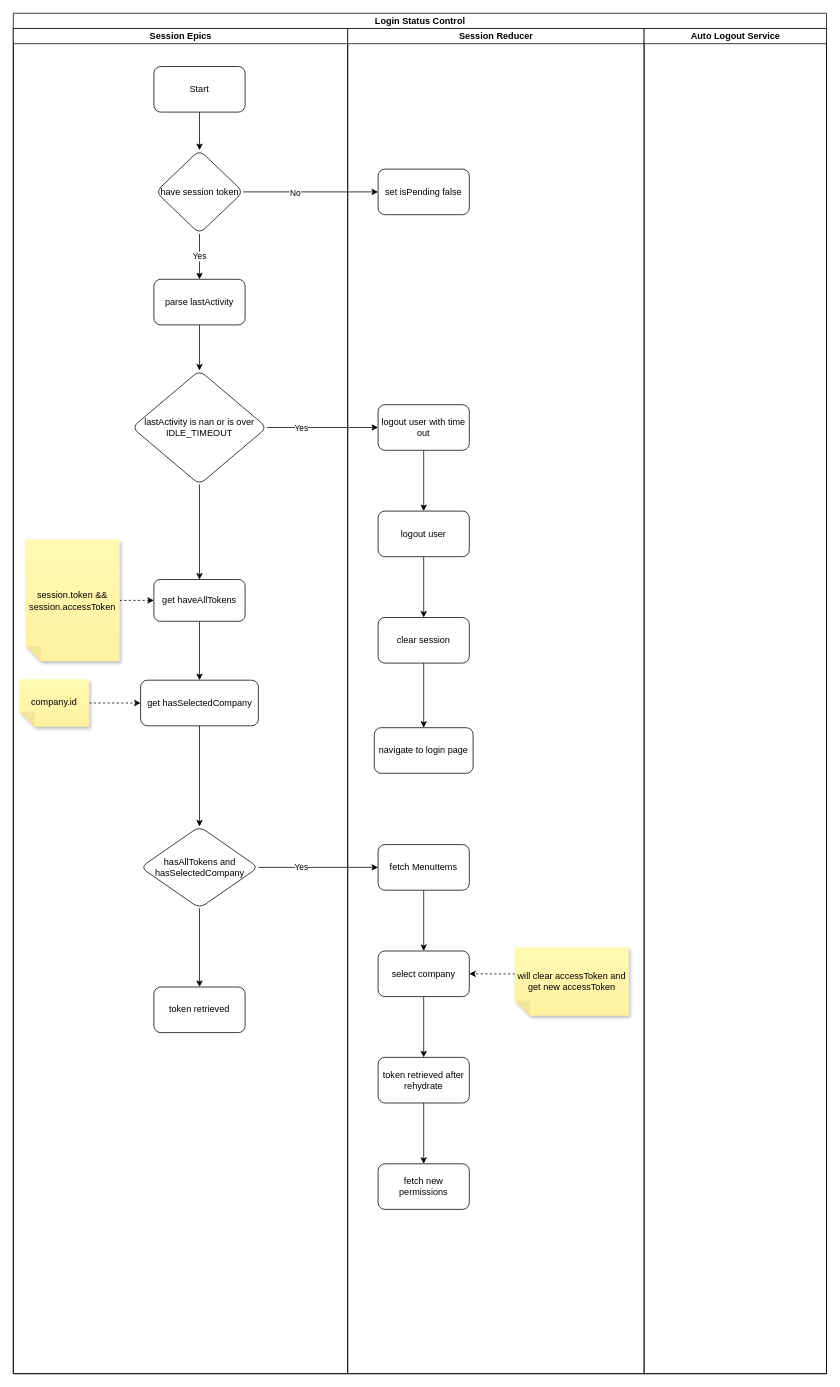
Earlier version of the draw.io diagram Portal Login Status Control.drawio (SmileSB1O1/draw-active). Source tidied: cells renumbered, new cells numbered last; positions are measured from the earlier drawing's top-left corner, leaving out a move shared by most shapes. Both pictures are drawn from the tidied source at 76%, with x=0, y=0 at pixel (13, 13).
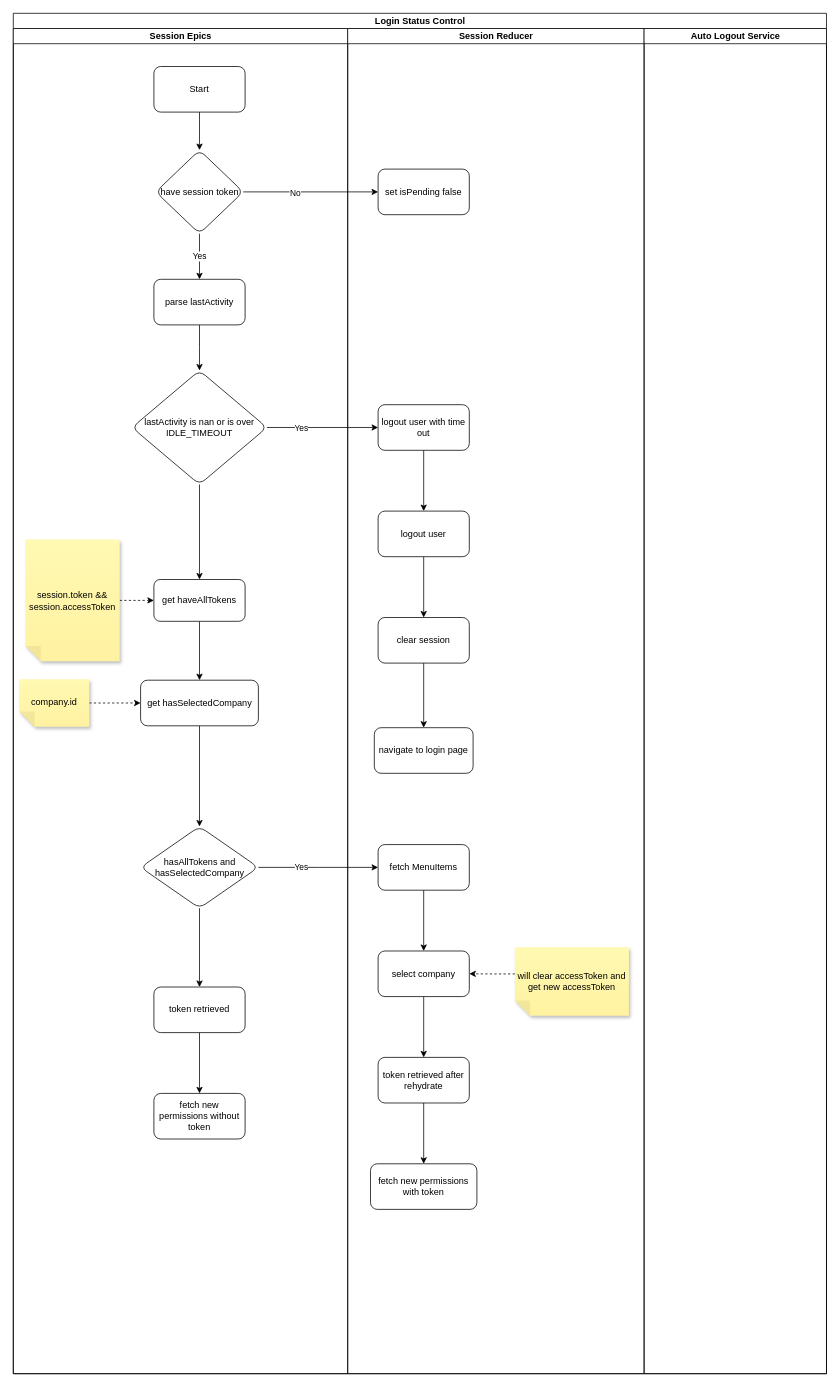
The same page after the edit.

The change refers to these unchanged cells:
```xml
<mxCell id="3" value="Session Epics" style="swimlane;startSize=20;html=1;" parent="2" vertex="1">
  <mxGeometry y="20" width="440" height="1770" as="geometry" />
</mxCell>
<mxCell id="22" value="token retrieved" style="whiteSpace=wrap;html=1;rounded=1;" parent="3" vertex="1">
  <mxGeometry x="185" y="1261.2" width="120" height="60" as="geometry" />
</mxCell>
<mxCell id="23" value="Session Reducer" style="swimlane;startSize=20;html=1;" parent="2" vertex="1">
  <mxGeometry x="440" y="20" width="390" height="1770" as="geometry" />
</mxCell>
```

The edit, as a diff of the source:
```diff
@@
+    <mxCell id="48" style="edgeStyle=orthogonalEdgeStyle;rounded=0;jettySize=auto;html=1;" parent="3" edge="1" source="22" target="49">
+      <mxGeometry relative="1" as="geometry" />
+    </mxCell>
@@
+    <mxCell id="49" value="fetch new permissions without token" style="whiteSpace=wrap;html=1;rounded=1;" parent="3" vertex="1">
+      <mxGeometry x="185" y="1401.2" width="120" height="60" as="geometry" />
+    </mxCell>
@@
-    <mxCell id="40" value="fetch new permissions" style="whiteSpace=wrap;html=1;rounded=1;" parent="23" vertex="1">
-      <mxGeometry x="40" y="1493.8" width="120" height="60" as="geometry" />
+    <mxCell id="40" value="fetch new permissions with token" style="whiteSpace=wrap;html=1;rounded=1;" parent="23" vertex="1">
+      <mxGeometry x="30" y="1493.8" width="140" height="60" as="geometry" />
     </mxCell>
```
